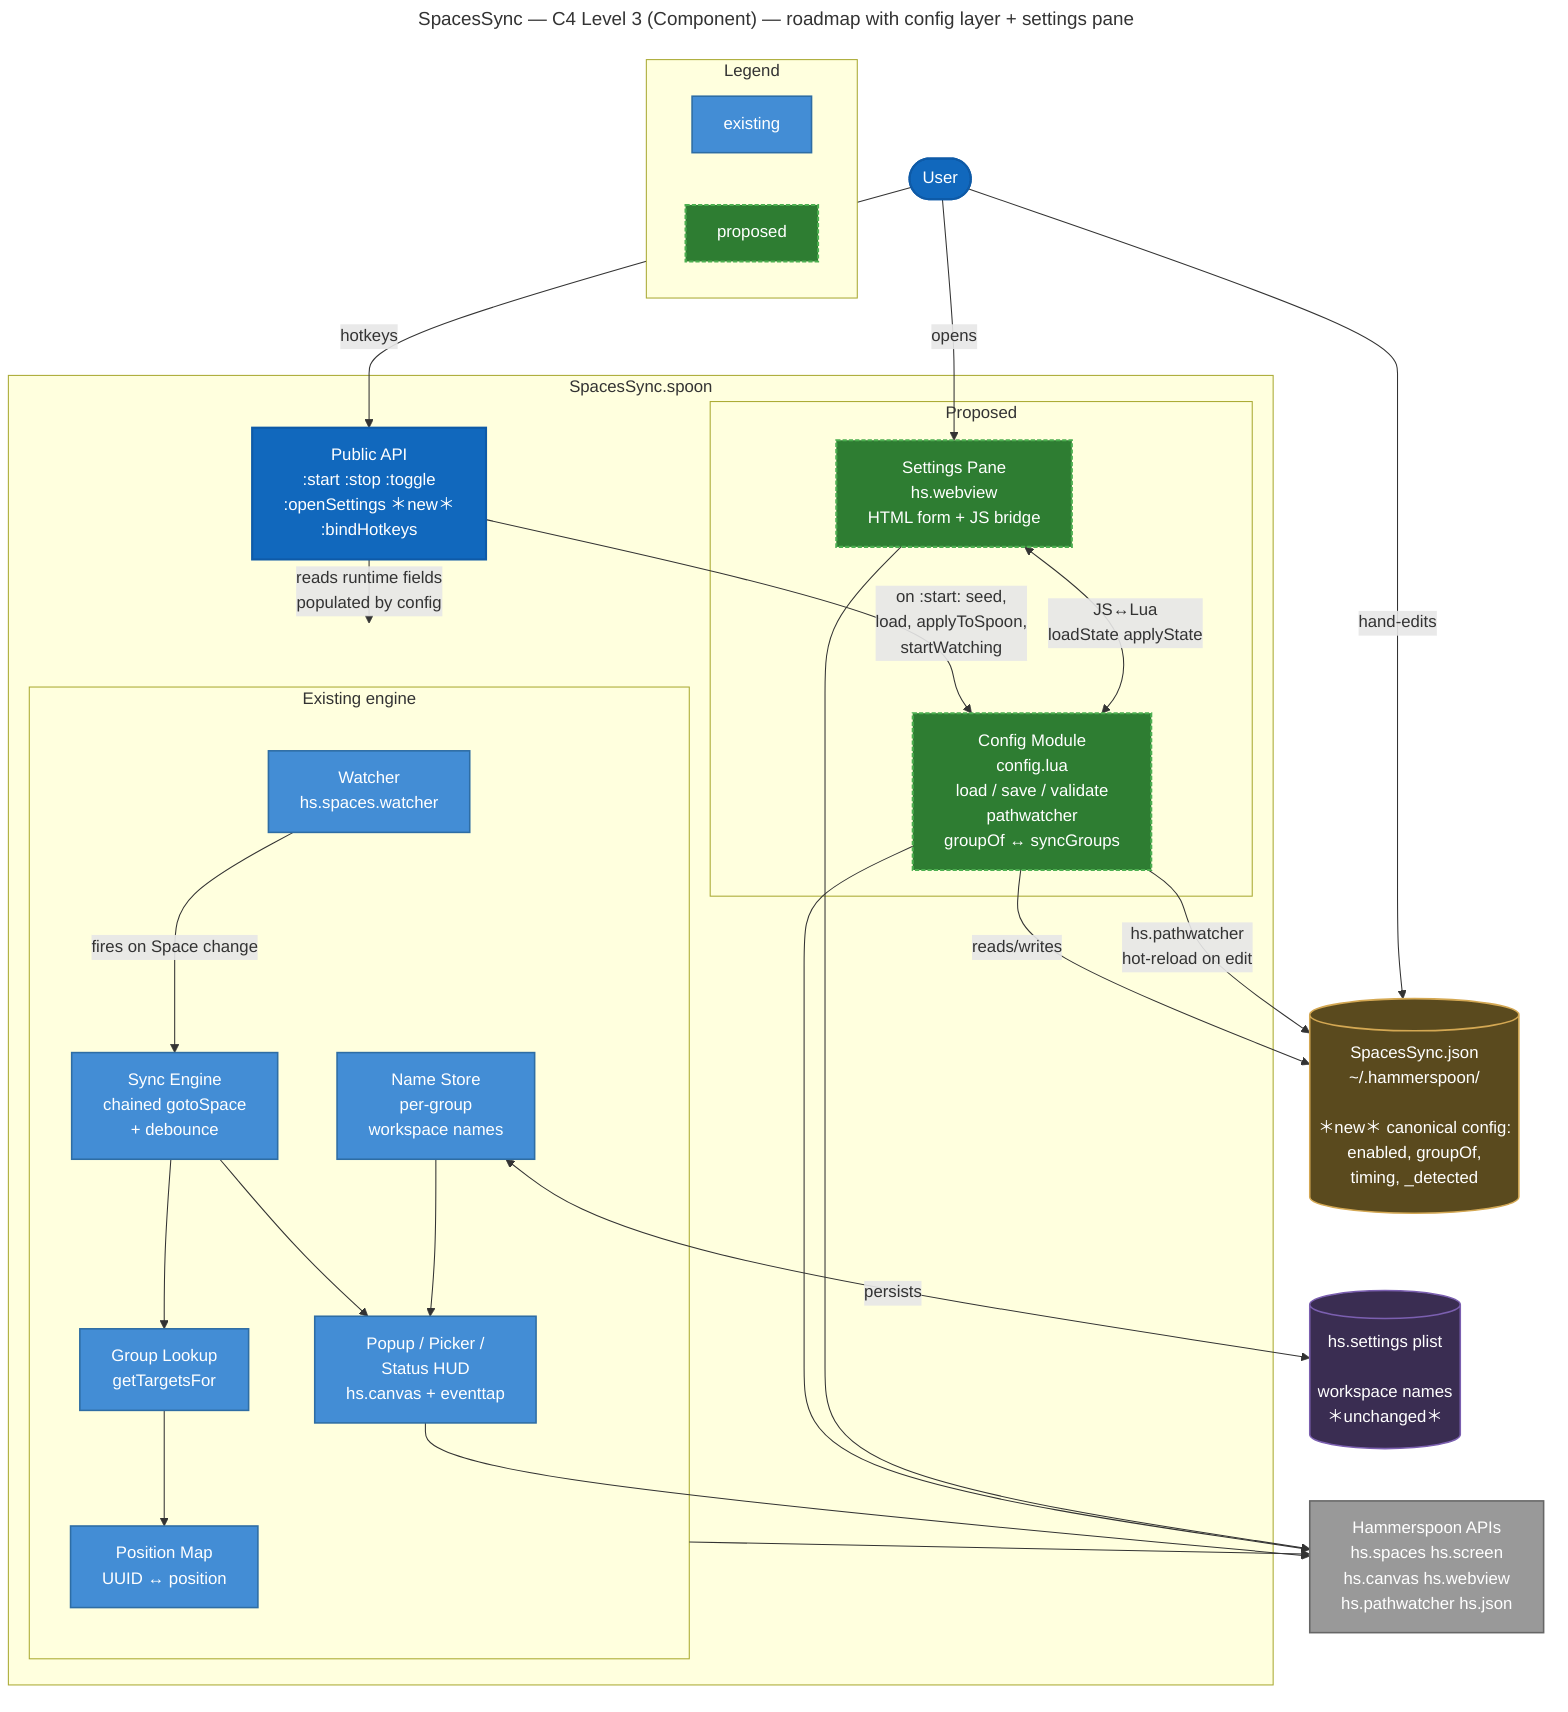
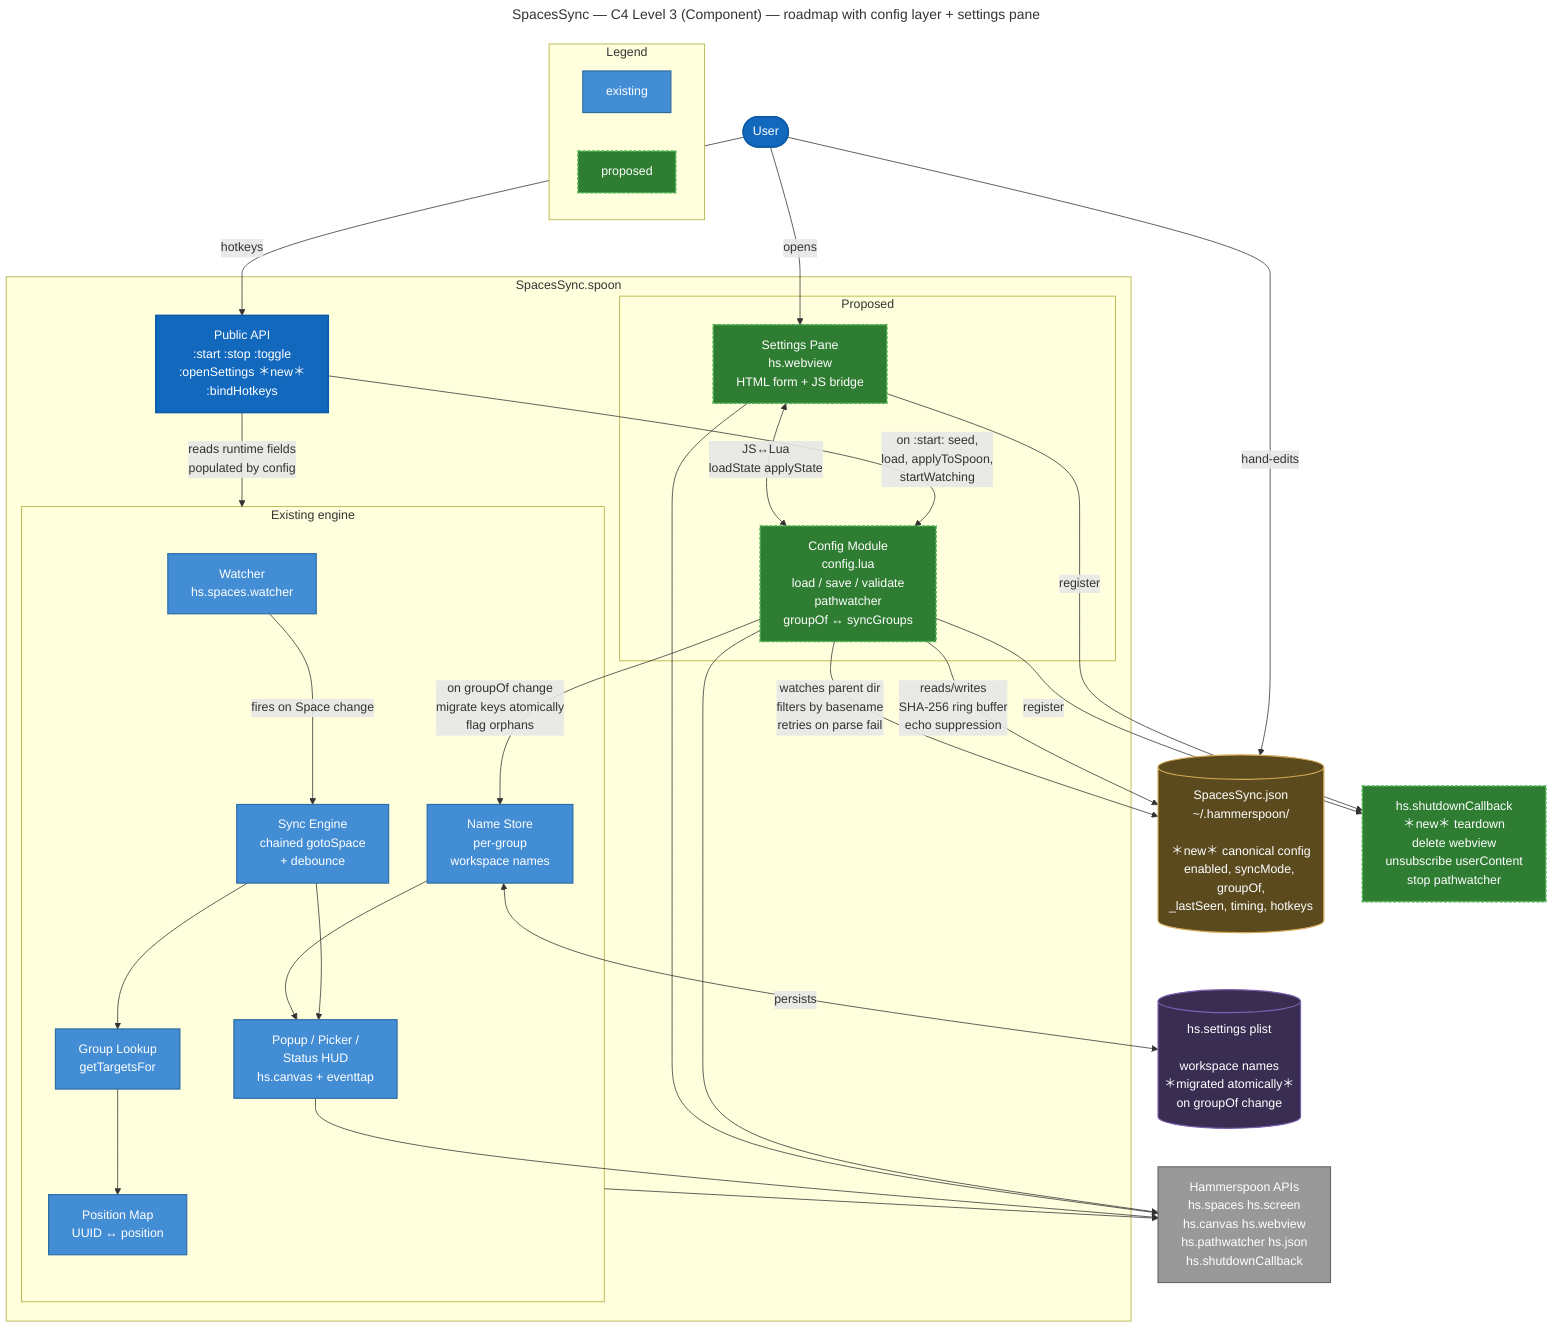
---
title: SpacesSync — C4 Level 3 (Component) — roadmap with config layer + settings pane
---
flowchart TB
    classDef public fill:#1168bd,stroke:#0e5aa7,color:#fff,stroke-width:2px
    classDef internal fill:#438dd5,stroke:#2e6da4,color:#fff,stroke-width:1.5px
    classDef proposed fill:#2e7d32,stroke:#4caf50,color:#fff,stroke-width:2px,stroke-dasharray: 4 2
    classDef external fill:#999,stroke:#666,color:#fff,stroke-width:1.5px
    classDef config fill:#5a4a1e,stroke:#d4a853,color:#fff,stroke-width:1.5px
    classDef store fill:#3a2d52,stroke:#7b5fb0,color:#fff,stroke-width:1.5px

    User([User]):::public

    subgraph Spoon [SpacesSync.spoon]
        API[Public API<br/>:start :stop :toggle<br/>:openSettings ＊new＊<br/>:bindHotkeys]:::public

        subgraph Engine [Existing engine]
            Watcher[Watcher<br/>hs.spaces.watcher]:::internal
            SyncEng[Sync Engine<br/>chained gotoSpace<br/>+ debounce]:::internal
            PosMap[Position Map<br/>UUID ↔ position]:::internal
            GroupLook[Group Lookup<br/>getTargetsFor]:::internal
            Names[Name Store<br/>per-group<br/>workspace names]:::internal
            UI[Popup / Picker /<br/>Status HUD<br/>hs.canvas + eventtap]:::internal
        end

        subgraph New [Proposed]
            ConfigMod[Config Module<br/>config.lua<br/>load / save / validate<br/>pathwatcher<br/>groupOf ↔ syncGroups]:::proposed
            SettingsPane[Settings Pane<br/>hs.webview<br/>HTML form + JS bridge]:::proposed
        end
    end

-     JSON[(SpacesSync.json<br/>~/.hammerspoon/<br/><br/>＊new＊ canonical config:<br/>enabled, groupOf,<br/>timing, _detected)]:::config
-     Plist[(hs.settings plist<br/><br/>workspace names<br/>＊unchanged＊)]:::store
-     HSAPIs[Hammerspoon APIs<br/>hs.spaces hs.screen<br/>hs.canvas hs.webview<br/>hs.pathwatcher hs.json]:::external
+     JSON[(SpacesSync.json<br/>~/.hammerspoon/<br/><br/>＊new＊ canonical config<br/>enabled, syncMode, groupOf,<br/>_lastSeen, timing, hotkeys)]:::config
+     Plist[(hs.settings plist<br/><br/>workspace names<br/>＊migrated atomically＊<br/>on groupOf change)]:::store
+     HSAPIs[Hammerspoon APIs<br/>hs.spaces hs.screen<br/>hs.canvas hs.webview<br/>hs.pathwatcher hs.json<br/>hs.shutdownCallback]:::external
+ 
+     Shutdown[hs.shutdownCallback<br/>＊new＊ teardown<br/>delete webview<br/>unsubscribe userContent<br/>stop pathwatcher]:::proposed

    User -->|hotkeys| API
    User -->|opens| SettingsPane
    User -->|hand-edits| JSON

    API -->|on :start: seed,<br/>load, applyToSpoon,<br/>startWatching| ConfigMod
    API -->|reads runtime fields<br/>populated by config| Engine
    SettingsPane <-->|JS↔Lua<br/>loadState applyState| ConfigMod

-     ConfigMod -->|reads/writes| JSON
-     ConfigMod -->|hs.pathwatcher<br/>hot-reload on edit| JSON
+     ConfigMod -->|reads/writes<br/>SHA-256 ring buffer<br/>echo suppression| JSON
+     ConfigMod -->|watches parent dir<br/>filters by basename<br/>retries on parse fail| JSON
+     ConfigMod -->|on groupOf change<br/>migrate keys atomically<br/>flag orphans| Names
+ 
+     SettingsPane -->|register| Shutdown
+     ConfigMod -->|register| Shutdown

    Watcher -->|fires on Space change| SyncEng
    SyncEng --> GroupLook
    GroupLook --> PosMap
    SyncEng --> UI
    Names --> UI
    Names <-->|persists| Plist

    Engine --> HSAPIs
    UI --> HSAPIs
    ConfigMod --> HSAPIs
    SettingsPane --> HSAPIs

    %% Legend
    subgraph Legend [Legend]
        direction LR
        L1[existing]:::internal
        L2[proposed]:::proposed
    end
